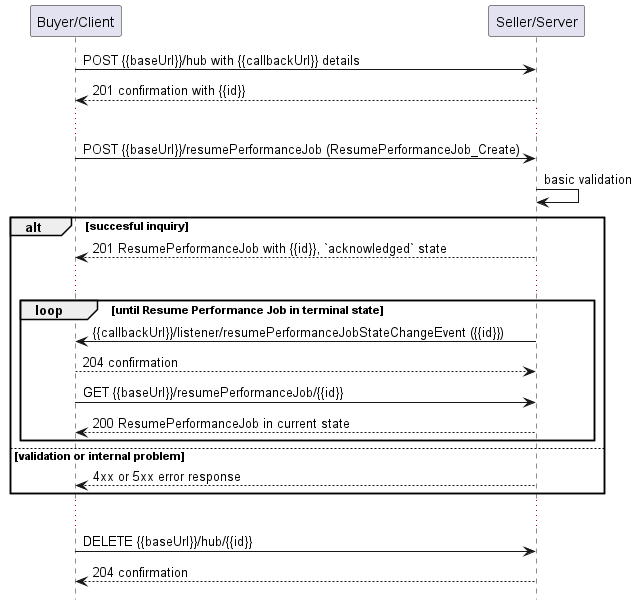
This is documentation/serviceApi/pm/performance/media/useCase18Notification.png from MEF-GIT/MEF-LSO-Legato-SDK, a PlantUML export, as it was before one commit. Source of this version:
```plantuml
@startuml useCase18Notification

hide footbox

participant "Buyer/Client" as B
participant "Seller/Server" as S

B -> S: POST {{baseUrl}}/hub with {{callbackUrl}} details
S --> B: 201 confirmation with {{id}}
...
B -> S: POST {{baseUrl}}/resumePerformanceJob (ResumePerformanceJob_Create)
S -> S: basic validation

alt succesful inquiry
  S --> B: 201 ResumePerformanceJob with {{id}}, `acknowledged` state
  ...

  group loop [until Resume Performance Job in terminal state]
      S -> B: {{callbackUrl}}/listener/resumePerformanceJobStateChangeEvent ({{id}})
      B --> S: 204 confirmation
      B -> S:   GET {{baseUrl}}/resumePerformanceJob/{{id}}
      return 200 ResumePerformanceJob in current state
  end

else validation or internal problem
  S --> B : 4xx or 5xx error response
end

...

B -> S : DELETE {{baseUrl}}/hub/{{id}}
S --> B : 204 confirmation

@enduml
```
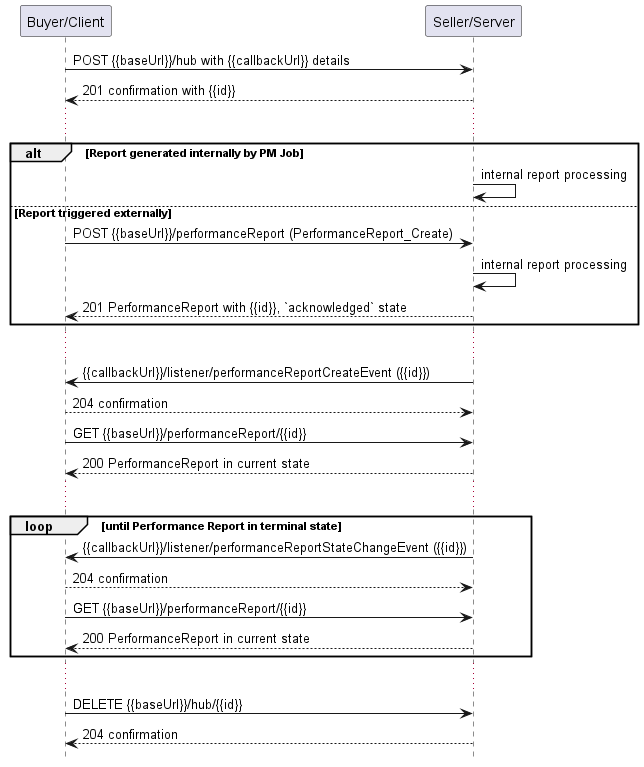
The same file after the commit.

Diff of the diagram source:
```diff
@@ -8,22 +8,28 @@
 B -> S: POST {{baseUrl}}/hub with {{callbackUrl}} details
 S --> B: 201 confirmation with {{id}}
 ...
-B -> S: POST {{baseUrl}}/resumePerformanceJob (ResumePerformanceJob_Create)
-S -> S: basic validation
 
-alt succesful inquiry
-  S --> B: 201 ResumePerformanceJob with {{id}}, `acknowledged` state
-  ...
+alt Report generated internally by PM Job
+  S -> S : internal report processing
+else Report triggered externally
+  B -> S : POST {{baseUrl}}/performanceReport (PerformanceReport_Create)
+  S -> S : internal report processing
+  S --> B : 201 PerformanceReport with {{id}}, `acknowledged` state
+end
 
-  group loop [until Resume Performance Job in terminal state]
-      S -> B: {{callbackUrl}}/listener/resumePerformanceJobStateChangeEvent ({{id}})
-      B --> S: 204 confirmation
-      B -> S:   GET {{baseUrl}}/resumePerformanceJob/{{id}}
-      return 200 ResumePerformanceJob in current state
-  end
+...
+S -> B: {{callbackUrl}}/listener/performanceReportCreateEvent ({{id}})
+B --> S: 204 confirmation
+B -> S:   GET {{baseUrl}}/performanceReport/{{id}}
+return 200 PerformanceReport in current state
 
-else validation or internal problem
-  S --> B : 4xx or 5xx error response
+...
+
+group loop [until Performance Report in terminal state]
+    S -> B: {{callbackUrl}}/listener/performanceReportStateChangeEvent ({{id}})
+    B --> S: 204 confirmation
+    B -> S:   GET {{baseUrl}}/performanceReport/{{id}}
+    return 200 PerformanceReport in current state
 end
 
 ...
```
